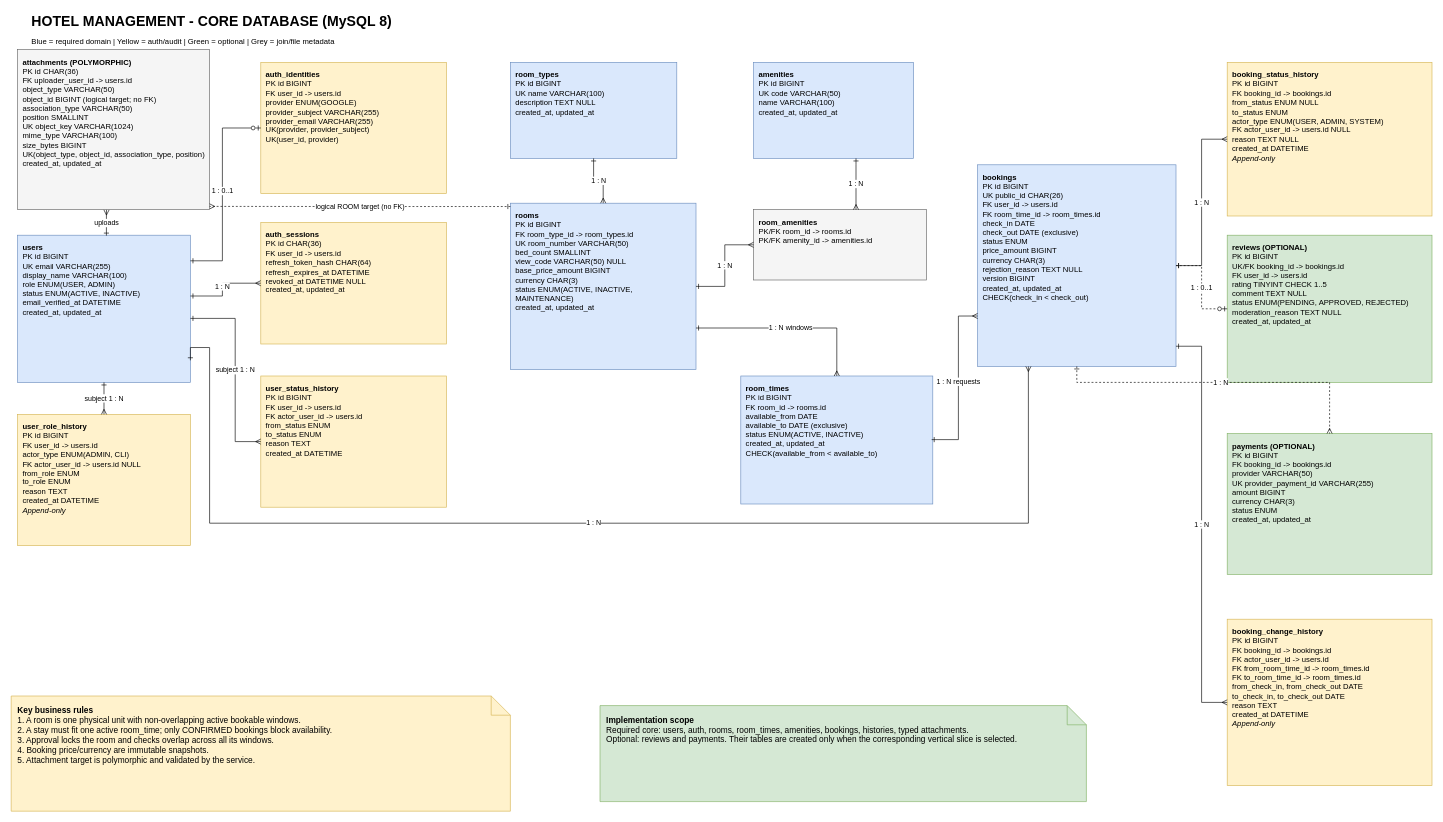
This is page "01 - Core ERD" (1 of 2) of docs/architecture/hotel-database.drawio from thaind-2785/nestjs-mock-project, a draw.io file, before an edit. Source tidied: cells renumbered, new cells numbered last; positions are measured from the earlier drawing's top-left corner, leaving out a move shared by most shapes. Both pictures are drawn from the tidied source at 64%, with x=0, y=0 at pixel (11, 11).
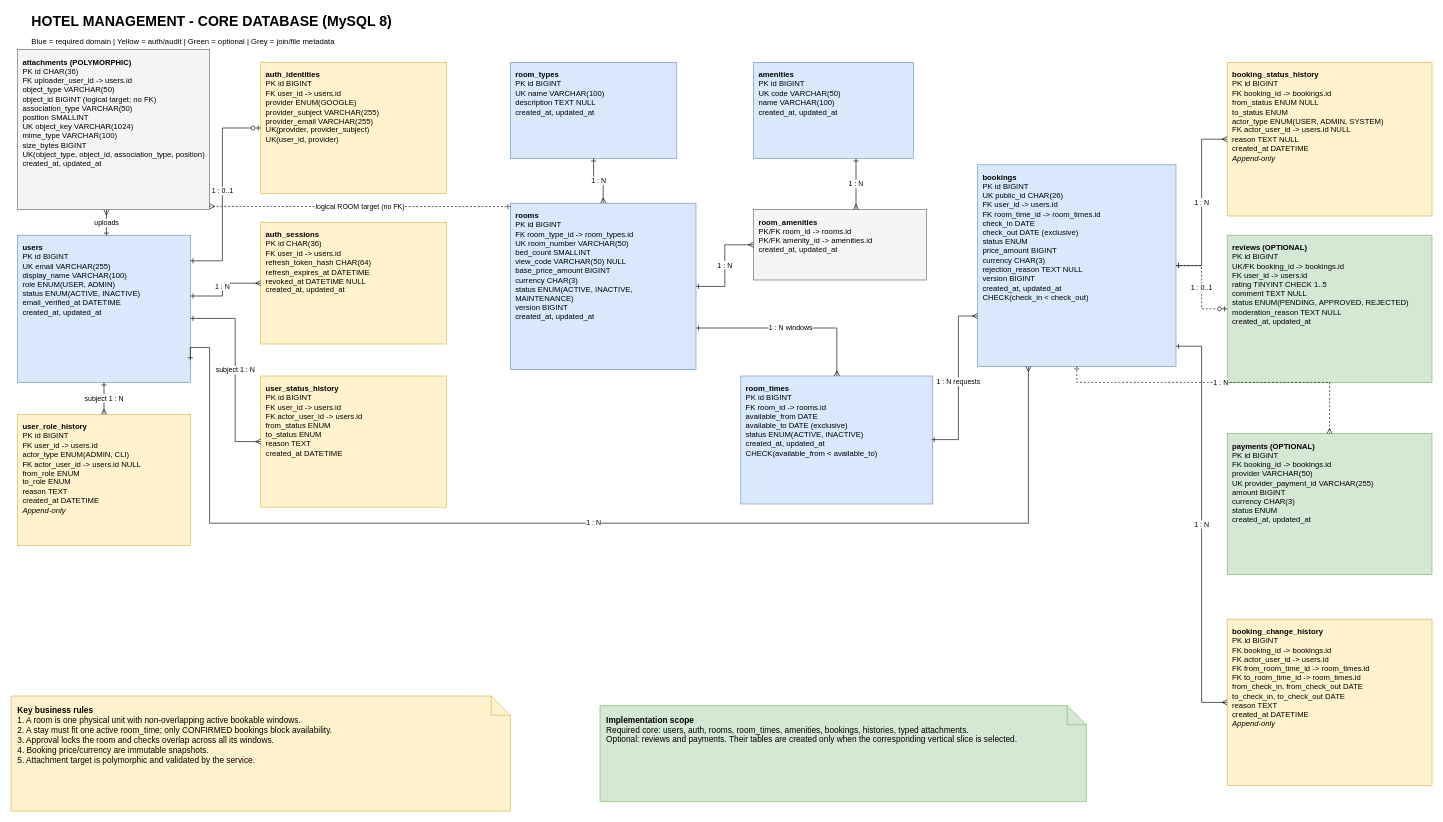
Above is the later version.

What changed in the source:
```diff
@@
-    <mxCell id="9" value="&lt;b&gt;rooms&lt;/b&gt;&lt;br&gt;PK id BIGINT&lt;br&gt;FK room_type_id -&amp;gt; room_types.id&lt;br&gt;UK room_number VARCHAR(50)&lt;br&gt;bed_count SMALLINT&lt;br&gt;view_code VARCHAR(50) NULL&lt;br&gt;base_price_amount BIGINT&lt;br&gt;currency CHAR(3)&lt;br&gt;status ENUM(ACTIVE, INACTIVE, MAINTENANCE)&lt;br&gt;created_at, updated_at" style="rounded=0;whiteSpace=wrap;html=1;align=left;verticalAlign=top;spacing=8;fillColor=#dae8fc;strokeColor=#6c8ebf;fontSize=12;" parent="1" vertex="1">
+    <mxCell id="9" value="&lt;b&gt;rooms&lt;/b&gt;&lt;br&gt;PK id BIGINT&lt;br&gt;FK room_type_id -&amp;gt; room_types.id&lt;br&gt;UK room_number VARCHAR(50)&lt;br&gt;bed_count SMALLINT&lt;br&gt;view_code VARCHAR(50) NULL&lt;br&gt;base_price_amount BIGINT&lt;br&gt;currency CHAR(3)&lt;br&gt;status ENUM(ACTIVE, INACTIVE, MAINTENANCE)&lt;br&gt;version BIGINT&lt;br&gt;created_at, updated_at" style="rounded=0;whiteSpace=wrap;html=1;align=left;verticalAlign=top;spacing=8;fillColor=#dae8fc;strokeColor=#6c8ebf;fontSize=12;" parent="1" vertex="1">
       <mxGeometry x="780" y="300" width="290" height="260" as="geometry" />
     </mxCell>
@@
-    <mxCell id="11" value="&lt;b&gt;room_amenities&lt;/b&gt;&lt;br&gt;PK/FK room_id -&amp;gt; rooms.id&lt;br&gt;PK/FK amenity_id -&amp;gt; amenities.id" style="rounded=0;whiteSpace=wrap;html=1;align=left;verticalAlign=top;spacing=8;fillColor=#f5f5f5;strokeColor=#666666;fontSize=12;" parent="1" vertex="1">
+    <mxCell id="11" value="&lt;b&gt;room_amenities&lt;/b&gt;&lt;br&gt;PK/FK room_id -&amp;gt; rooms.id&lt;br&gt;PK/FK amenity_id -&amp;gt; amenities.id&lt;br&gt;created_at, updated_at" style="rounded=0;whiteSpace=wrap;html=1;align=left;verticalAlign=top;spacing=8;fillColor=#f5f5f5;strokeColor=#666666;fontSize=12;" parent="1" vertex="1">
       <mxGeometry x="1160" y="310" width="270" height="110" as="geometry" />
     </mxCell>
```
